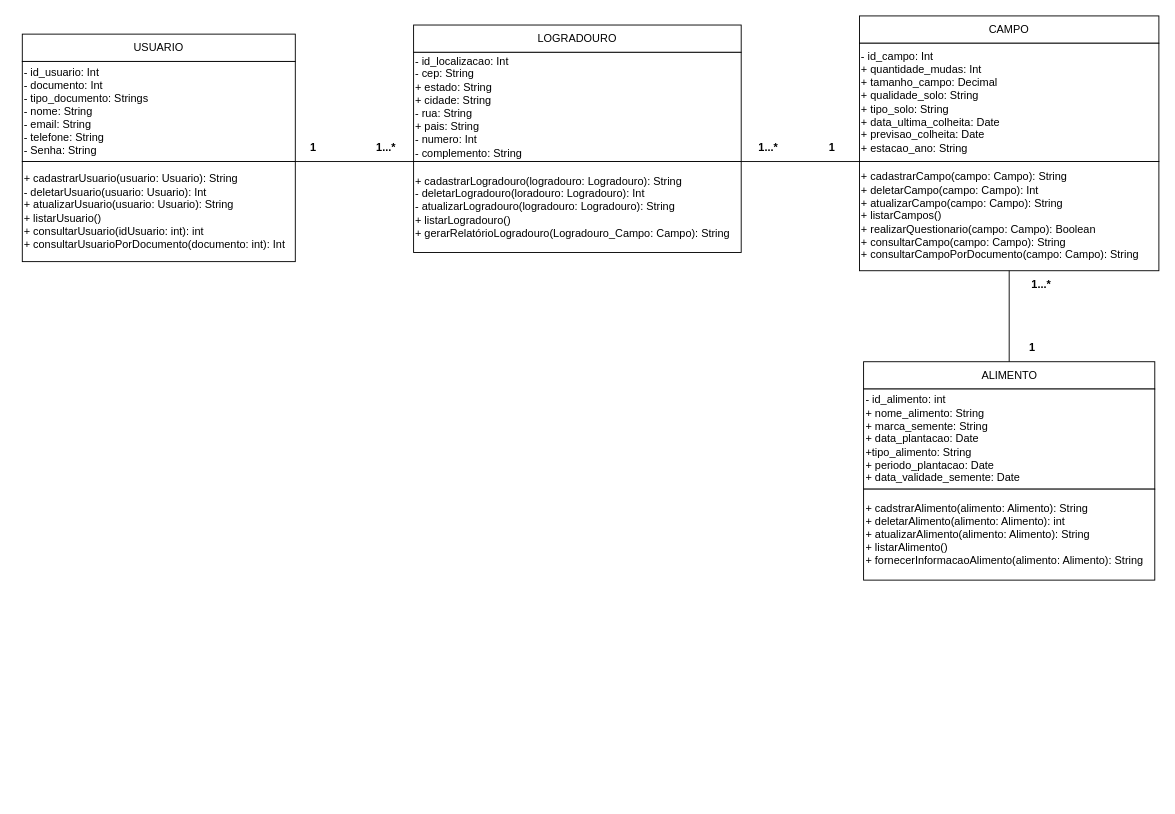
Earlier version of the draw.io diagram Diagrama de Classes.drawio (Thiago163/POC_MUNDO_VERDE). Source tidied: cells renumbered, new cells numbered last; positions are measured from the earlier drawing's top-left corner, leaving out a move shared by most shapes. Both pictures are drawn from the tidied source at 91%, with x=0, y=0 at pixel (22, 15).
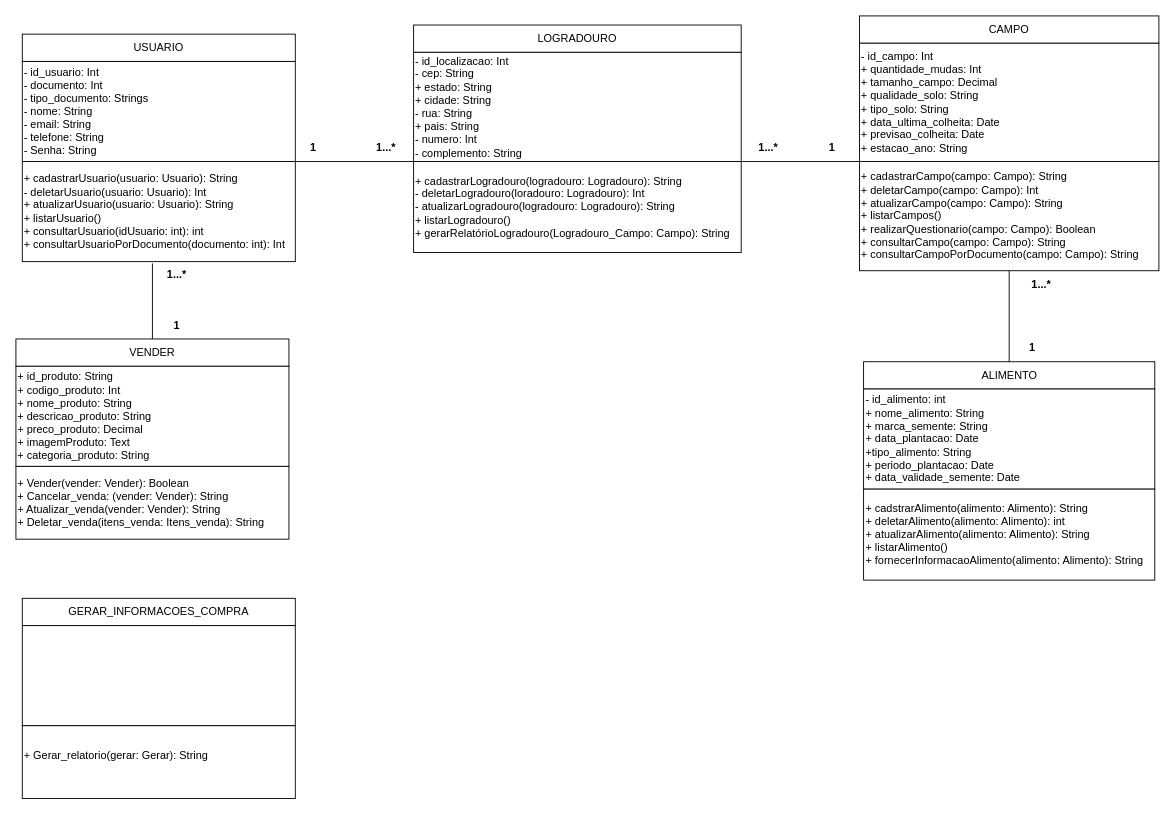
The same diagram, later.

The change refers to these unchanged cells:
```xml
<mxCell id="4" value="+ cadastrarUsuario(usuario: Usuario): String&lt;div&gt;- deletarUsuario&lt;span style=&quot;background-color: initial;&quot;&gt;(usuario: Usuario): Int&lt;/span&gt;&lt;/div&gt;&lt;div&gt;&lt;span style=&quot;background-color: initial;&quot;&gt;+ atualizarUsuario&lt;/span&gt;&lt;span style=&quot;background-color: initial;&quot;&gt;(usuario: Usuario): String&lt;/span&gt;&lt;/div&gt;&lt;div&gt;&lt;span style=&quot;background-color: initial;&quot;&gt;+ listarUsuario()&lt;/span&gt;&lt;/div&gt;&lt;div&gt;&lt;span style=&quot;background-color: initial;&quot;&gt;+ consultarUsuario(idUsuario: int): int&lt;/span&gt;&lt;/div&gt;&lt;div&gt;&lt;span style=&quot;background-color: initial;&quot;&gt;+ consultarUsuarioPorDocumento(documento: int): Int&lt;/span&gt;&lt;/div&gt;" style="rounded=0;whiteSpace=wrap;html=1;align=left;" parent="1" vertex="1">
  <mxGeometry y="160" width="300" height="110" as="geometry" />
</mxCell>
```

The edit, as a diff of the source:
```diff
@@
+    <mxCell id="23" value="VENDER" style="rounded=0;whiteSpace=wrap;html=1;" parent="1" vertex="1">
+      <mxGeometry x="-7" y="355" width="300" height="30" as="geometry" />
+    </mxCell>
+    <mxCell id="24" value="+ id_produto: String&lt;div&gt;+ codigo_produto: Int&lt;/div&gt;&lt;div&gt;+ nome_produto: String&lt;/div&gt;&lt;div&gt;+ descricao_produto: String&lt;/div&gt;&lt;div&gt;+ preco_produto: Decimal&lt;/div&gt;&lt;div&gt;+ imagemProduto: Text&lt;/div&gt;&lt;div&gt;+ categoria_produto: String&lt;/div&gt;" style="rounded=0;whiteSpace=wrap;html=1;align=left;" parent="1" vertex="1">
+      <mxGeometry x="-7" y="385" width="300" height="110" as="geometry" />
+    </mxCell>
+    <mxCell id="25" value="+ Vender(vender: Vender): Boolean&lt;div&gt;+ Cancelar_venda:&amp;nbsp;&lt;span style=&quot;background-color: initial;&quot;&gt;(vender: Vender): String&lt;/span&gt;&lt;/div&gt;&lt;div&gt;&lt;span style=&quot;background-color: initial;&quot;&gt;+ Atualizar_venda&lt;/span&gt;&lt;span style=&quot;background-color: initial;&quot;&gt;(vender: Vender): String&lt;/span&gt;&lt;/div&gt;&lt;div&gt;&lt;span style=&quot;background-color: initial;&quot;&gt;+ Deletar_venda(itens_venda: Itens_venda): String&lt;/span&gt;&lt;/div&gt;" style="rounded=0;whiteSpace=wrap;html=1;align=left;" parent="1" vertex="1">
+      <mxGeometry x="-7" y="495" width="300" height="80" as="geometry" />
+    </mxCell>
+    <mxCell id="26" style="endArrow=none;html=1;rounded=0;entryX=0.475;entryY=1.02;entryDx=0;entryDy=0;entryPerimeter=0;exitX=0.5;exitY=0;exitDx=0;exitDy=0;" parent="1" edge="1" source="23" target="4">
+      <mxGeometry relative="1" as="geometry">
+        <Array as="points">
+          <mxPoint x="143" y="272" />
+        </Array>
+      </mxGeometry>
+    </mxCell>
+    <mxCell id="27" value="&lt;b&gt;1&lt;/b&gt;" style="text;html=1;align=center;verticalAlign=middle;whiteSpace=wrap;rounded=0;" parent="1" vertex="1">
+      <mxGeometry x="140" y="325" width="60" height="30" as="geometry" />
+    </mxCell>
+    <mxCell id="28" value="&lt;b&gt;1...*&lt;/b&gt;" style="text;html=1;align=center;verticalAlign=middle;whiteSpace=wrap;rounded=0;" parent="1" vertex="1">
+      <mxGeometry x="140" y="270" width="60" height="30" as="geometry" />
+    </mxCell>
+    <mxCell id="29" style="edgeStyle=orthogonalEdgeStyle;rounded=0;jettySize=auto;html=1;" parent="1" edge="1" source="30" target="32">
+      <mxGeometry relative="1" as="geometry" />
+    </mxCell>
+    <mxCell id="30" value="GERAR_INFORMACOES_COMPRA" style="rounded=0;whiteSpace=wrap;html=1;" parent="1" vertex="1">
+      <mxGeometry y="640" width="300" height="30" as="geometry" />
+    </mxCell>
+    <mxCell id="31" style="rounded=0;whiteSpace=wrap;html=1;align=left;" parent="1" vertex="1">
+      <mxGeometry y="670" width="300" height="110" as="geometry" />
+    </mxCell>
+    <mxCell id="32" value="+ Gerar_relatorio(gerar: Gerar): String&lt;div&gt;&lt;br&gt;&lt;/div&gt;" style="rounded=0;whiteSpace=wrap;html=1;align=left;" parent="1" vertex="1">
+      <mxGeometry y="780" width="300" height="80" as="geometry" />
+    </mxCell>
```
